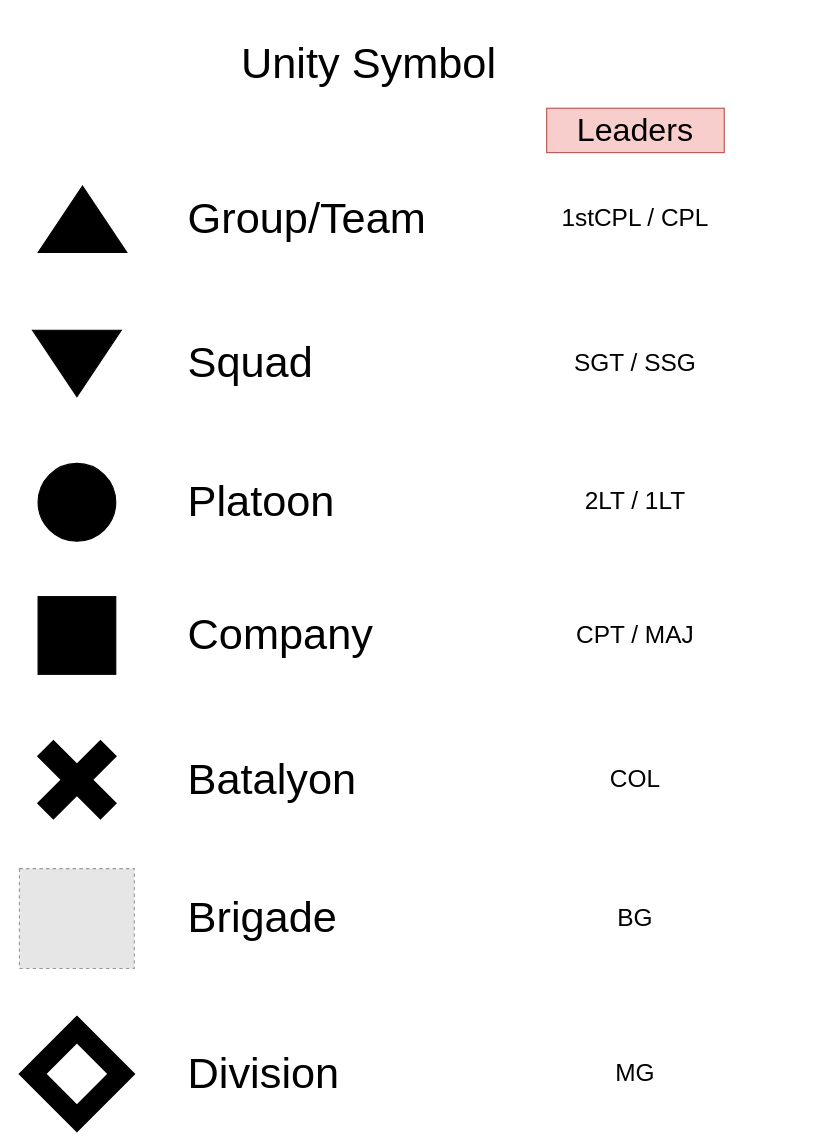
Earlier version of the draw.io diagram Note Project Core/Unity Symbol.drawio (maulanaaghnii/propia). Source tidied: cells renumbered, new cells numbered last; positions are measured from the earlier drawing's top-left corner, leaving out a move shared by most shapes. Both pictures are drawn from the tidied source at 111%, with x=0, y=0 at pixel (19, 19). Pictures stored in the file or linked from it are replaced by grey dashed boxes.
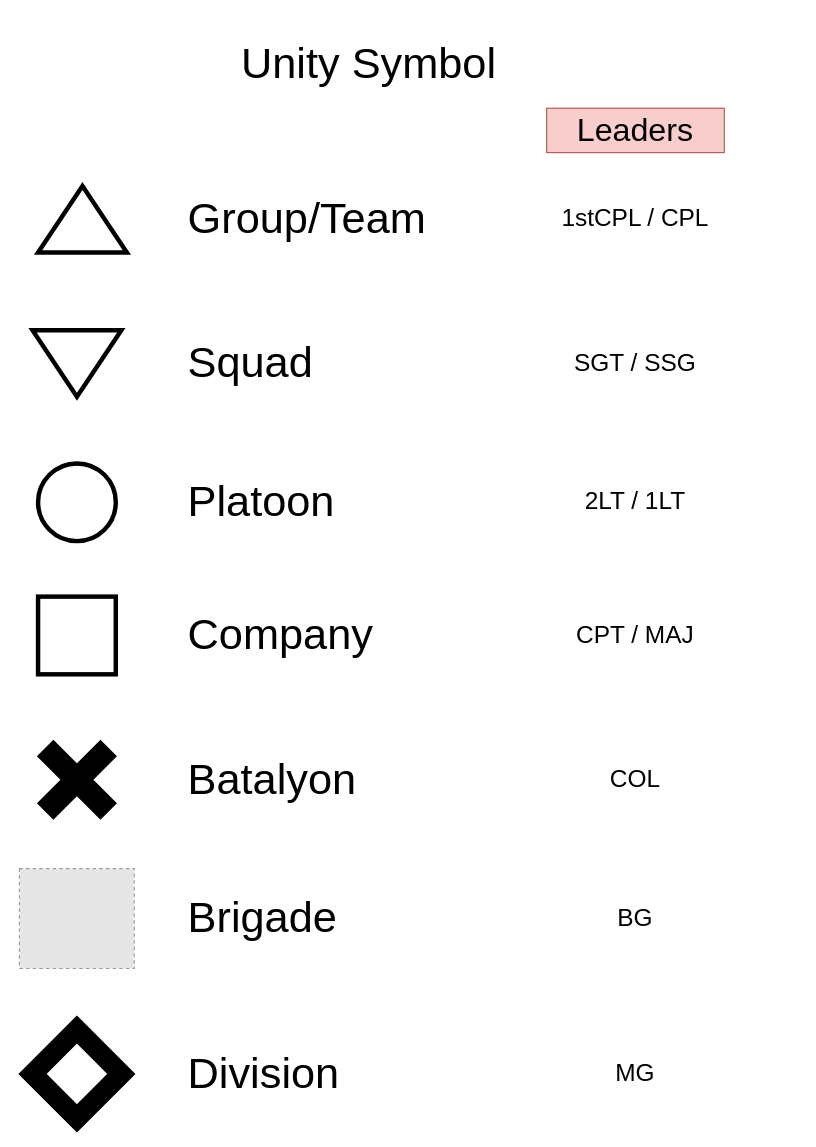
Above is the later version.

Diff of the diagram source:
```diff
@@
-    <mxCell id="2" style="triangle;whiteSpace=wrap;html=1;rotation=-90;fillColor=#000000;" parent="1" vertex="1">
+    <mxCell id="2" style="triangle;whiteSpace=wrap;html=1;rotation=-90;fillColor=#FFFFFF;strokeWidth=4;" parent="1" vertex="1">
       <mxGeometry x="26.8" y="140" width="60" height="80" as="geometry" />
     </mxCell>
-    <mxCell id="3" style="triangle;whiteSpace=wrap;html=1;rotation=90;fillColor=#000000;" parent="1" vertex="1">
+    <mxCell id="3" style="triangle;whiteSpace=wrap;html=1;rotation=90;strokeWidth=4;fillColor=#FFFFFF;" parent="1" vertex="1">
       <mxGeometry x="21.8" y="270" width="60" height="80" as="geometry" />
     </mxCell>
-    <mxCell id="4" style="ellipse;whiteSpace=wrap;html=1;fillColor=#000000;" parent="1" vertex="1">
+    <mxCell id="4" style="ellipse;whiteSpace=wrap;html=1;strokeWidth=4;fillColor=none;" parent="1" vertex="1">
       <mxGeometry x="16.8" y="400" width="70" height="70" as="geometry" />
     </mxCell>
-    <mxCell id="5" style="whiteSpace=wrap;html=1;fillColor=#000000;" parent="1" vertex="1">
+    <mxCell id="5" style="whiteSpace=wrap;html=1;fillColor=none;strokeWidth=4;" parent="1" vertex="1">
       <mxGeometry x="16.8" y="520" width="70" height="70" as="geometry" />
     </mxCell>
```
